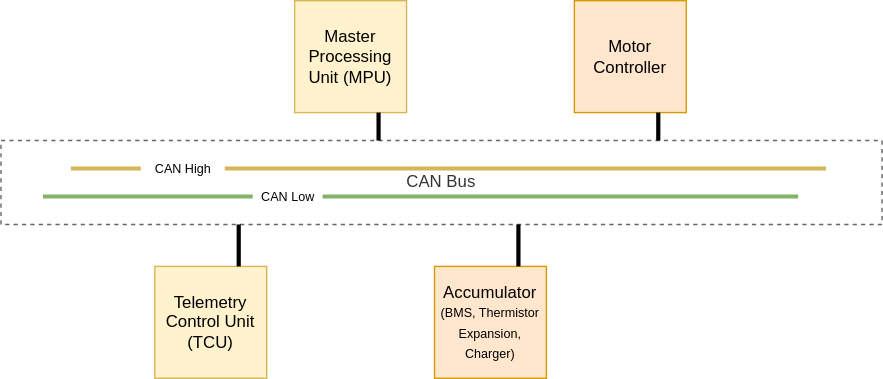
This is system.drawio.svg from Northeastern-Electric-Racing/Embedded_Code, a draw.io export, as it was before one commit. Source tidied: cells renumbered, new cells last; positions are measured from the earlier drawing's top-left corner, leaving out a move shared by most shapes.
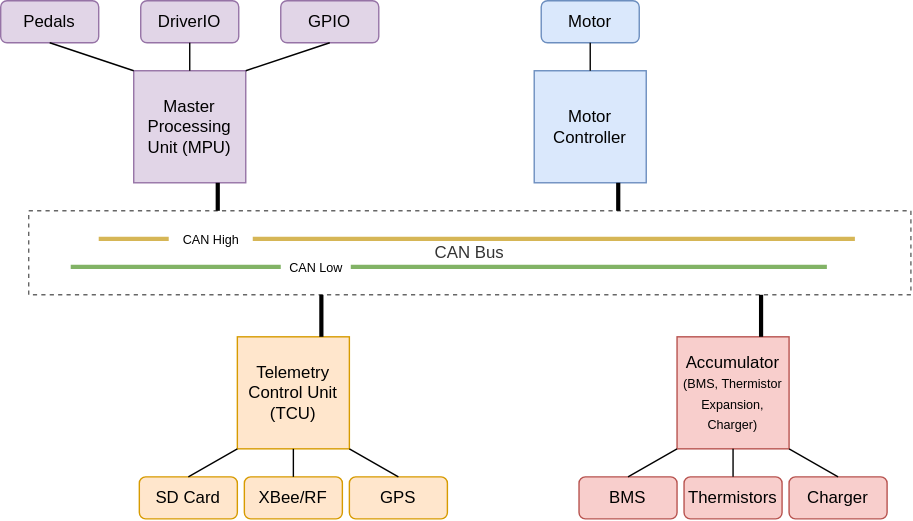
Later version of the same file.

Commit message:
Updated systems UML

What changed in the source:
```diff
@@ -3,65 +3,131 @@
     <mxCell id="0" />
     <mxCell id="1" parent="0" />
     <mxCell id="2" value="CAN Bus" style="rounded=0;whiteSpace=wrap;html=1;fillColor=none;fontColor=#333333;strokeColor=#666666;dashed=1;" parent="1" vertex="1">
-      <mxGeometry y="100" width="630" height="60" as="geometry" />
+      <mxGeometry x="10" y="240" width="630" height="60" as="geometry" />
     </mxCell>
-    <mxCell id="3" value="Master Processing Unit (MPU)" style="whiteSpace=wrap;html=1;fillColor=#fff2cc;strokeColor=#d6b656;" parent="1" vertex="1">
-      <mxGeometry x="210" width="80" height="80" as="geometry" />
+    <mxCell id="3" value="Master Processing Unit (MPU)" style="whiteSpace=wrap;html=1;fillColor=#e1d5e7;strokeColor=#9673a6;" parent="1" vertex="1">
+      <mxGeometry x="85" y="140" width="80" height="80" as="geometry" />
     </mxCell>
-    <mxCell id="4" value="Motor Controller" style="whiteSpace=wrap;html=1;fillColor=#ffe6cc;strokeColor=#d79b00;" parent="1" vertex="1">
-      <mxGeometry x="410" width="80" height="80" as="geometry" />
+    <mxCell id="4" value="Motor Controller" style="whiteSpace=wrap;html=1;fillColor=#dae8fc;strokeColor=#6c8ebf;" parent="1" vertex="1">
+      <mxGeometry x="371" y="140" width="80" height="80" as="geometry" />
     </mxCell>
-    <mxCell id="5" value="Accumulator &lt;font style=&quot;font-size: 9px&quot;&gt;(BMS, Thermistor Expansion, Charger)&lt;/font&gt;" style="whiteSpace=wrap;html=1;fillColor=#ffe6cc;strokeColor=#d79b00;" parent="1" vertex="1">
-      <mxGeometry x="310" y="190" width="80" height="80" as="geometry" />
+    <mxCell id="5" value="Accumulator &lt;font style=&quot;font-size: 9px&quot;&gt;(BMS, Thermistor Expansion, Charger)&lt;/font&gt;" style="whiteSpace=wrap;html=1;fillColor=#f8cecc;strokeColor=#b85450;" parent="1" vertex="1">
+      <mxGeometry x="473" y="330" width="80" height="80" as="geometry" />
     </mxCell>
-    <mxCell id="6" value="Telemetry Control Unit (TCU)" style="whiteSpace=wrap;html=1;fillColor=#fff2cc;strokeColor=#d6b656;" parent="1" vertex="1">
-      <mxGeometry x="110" y="190" width="80" height="80" as="geometry" />
+    <mxCell id="6" value="Telemetry Control Unit (TCU)" style="whiteSpace=wrap;html=1;fillColor=#ffe6cc;strokeColor=#d79b00;" parent="1" vertex="1">
+      <mxGeometry x="159" y="330" width="80" height="80" as="geometry" />
     </mxCell>
     <mxCell id="7" style="endArrow=none;html=1;rounded=0;fillColor=#fff2cc;strokeColor=#d6b656;strokeWidth=3;startArrow=none;" parent="1" edge="1" source="9">
       <mxGeometry relative="1" as="geometry">
-        <mxPoint x="590" y="120" as="targetPoint" />
+        <mxPoint x="600" y="260" as="targetPoint" />
       </mxGeometry>
     </mxCell>
     <mxCell id="8" style="endArrow=none;html=1;rounded=0;fillColor=#d5e8d4;strokeColor=#82b366;strokeWidth=3;startArrow=none;" parent="1" edge="1" source="11">
       <mxGeometry relative="1" as="geometry">
-        <mxPoint x="570" y="140" as="targetPoint" />
+        <mxPoint x="580" y="280" as="targetPoint" />
       </mxGeometry>
     </mxCell>
     <mxCell id="9" value="&lt;font style=&quot;font-size: 9px&quot;&gt;CAN High&lt;/font&gt;" style="text;html=1;align=center;verticalAlign=middle;points=[];strokeColor=none;fillColor=none;" parent="1" vertex="1">
-      <mxGeometry x="100" y="110" width="60" height="20" as="geometry" />
+      <mxGeometry x="110" y="250" width="60" height="20" as="geometry" />
     </mxCell>
     <mxCell id="10" style="endArrow=none;html=1;rounded=0;fillColor=#fff2cc;strokeColor=#d6b656;strokeWidth=3;" parent="1" edge="1" target="9">
       <mxGeometry relative="1" as="geometry">
-        <mxPoint x="50" y="120" as="sourcePoint" />
+        <mxPoint x="60" y="260" as="sourcePoint" />
       </mxGeometry>
     </mxCell>
     <mxCell id="11" value="&lt;font style=&quot;font-size: 9px&quot;&gt;CAN Low&lt;/font&gt;" style="text;html=1;align=center;verticalAlign=middle;points=[];strokeColor=none;fillColor=none;" parent="1" vertex="1">
-      <mxGeometry x="180" y="130" width="50" height="20" as="geometry" />
+      <mxGeometry x="190" y="270" width="50" height="20" as="geometry" />
     </mxCell>
     <mxCell id="12" style="endArrow=none;html=1;rounded=0;fillColor=#d5e8d4;strokeColor=#82b366;strokeWidth=3;" parent="1" edge="1" target="11">
       <mxGeometry relative="1" as="geometry">
-        <mxPoint x="30" y="140" as="sourcePoint" />
+        <mxPoint x="40" y="280" as="sourcePoint" />
       </mxGeometry>
     </mxCell>
     <mxCell id="13" style="endArrow=none;html=1;rounded=0;fontSize=9;strokeWidth=3;entryX=0.75;entryY=1;entryDx=0;entryDy=0;" parent="1" edge="1" target="3">
       <mxGeometry relative="1" as="geometry">
-        <mxPoint x="270" y="100" as="sourcePoint" />
+        <mxPoint x="145" y="240" as="sourcePoint" />
       </mxGeometry>
     </mxCell>
     <mxCell id="14" style="endArrow=none;html=1;rounded=0;fontSize=9;strokeWidth=3;entryX=0.75;entryY=1;entryDx=0;entryDy=0;" parent="1" edge="1" target="4">
       <mxGeometry relative="1" as="geometry">
-        <mxPoint x="470" y="100" as="sourcePoint" />
+        <mxPoint x="431" y="240" as="sourcePoint" />
       </mxGeometry>
     </mxCell>
     <mxCell id="15" style="endArrow=none;html=1;rounded=0;fontSize=9;strokeWidth=3;exitX=0.75;exitY=0;exitDx=0;exitDy=0;" parent="1" edge="1" source="5">
       <mxGeometry relative="1" as="geometry">
-        <mxPoint x="370" y="160" as="targetPoint" />
+        <mxPoint x="533" y="300" as="targetPoint" />
       </mxGeometry>
     </mxCell>
     <mxCell id="16" style="endArrow=none;html=1;rounded=0;fontSize=9;strokeWidth=3;entryX=0.75;entryY=0;entryDx=0;entryDy=0;" parent="1" edge="1" target="6">
       <mxGeometry relative="1" as="geometry">
-        <mxPoint x="170" y="160" as="sourcePoint" />
+        <mxPoint x="219" y="300" as="sourcePoint" />
       </mxGeometry>
     </mxCell>
+    <mxCell id="17" value="DriverIO" style="rounded=1;whiteSpace=wrap;html=1;fillColor=#e1d5e7;strokeColor=#9673a6;" parent="1" vertex="1">
+      <mxGeometry x="90" y="90" width="70" height="30" as="geometry" />
+    </mxCell>
+    <mxCell id="18" value="Pedals" style="rounded=1;whiteSpace=wrap;html=1;fillColor=#e1d5e7;strokeColor=#9673a6;" parent="1" vertex="1">
+      <mxGeometry x="-10" y="90" width="70" height="30" as="geometry" />
+    </mxCell>
+    <mxCell id="19" value="GPIO" style="rounded=1;whiteSpace=wrap;html=1;fillColor=#e1d5e7;strokeColor=#9673a6;" parent="1" vertex="1">
+      <mxGeometry x="190" y="90" width="70" height="30" as="geometry" />
+    </mxCell>
+    <mxCell id="20" value="SD Card" style="rounded=1;whiteSpace=wrap;html=1;fillColor=#ffe6cc;strokeColor=#d79b00;" parent="1" vertex="1">
+      <mxGeometry x="89" y="430" width="70" height="30" as="geometry" />
+    </mxCell>
+    <mxCell id="21" value="XBee/RF" style="rounded=1;whiteSpace=wrap;html=1;fillColor=#ffe6cc;strokeColor=#d79b00;" parent="1" vertex="1">
+      <mxGeometry x="164" y="430" width="70" height="30" as="geometry" />
+    </mxCell>
+    <mxCell id="22" value="GPS" style="rounded=1;whiteSpace=wrap;html=1;fillColor=#ffe6cc;strokeColor=#d79b00;" parent="1" vertex="1">
+      <mxGeometry x="239" y="430" width="70" height="30" as="geometry" />
+    </mxCell>
+    <mxCell id="23" style="endArrow=none;html=1;rounded=0;exitX=0.5;exitY=0;exitDx=0;exitDy=0;entryX=0;entryY=1;entryDx=0;entryDy=0;" parent="1" edge="1" source="20" target="6">
+      <mxGeometry relative="1" as="geometry" />
+    </mxCell>
+    <mxCell id="24" style="endArrow=none;html=1;rounded=0;exitX=0.5;exitY=0;exitDx=0;exitDy=0;entryX=0.5;entryY=1;entryDx=0;entryDy=0;" parent="1" edge="1" source="21" target="6">
+      <mxGeometry relative="1" as="geometry" />
+    </mxCell>
+    <mxCell id="25" style="endArrow=none;html=1;rounded=0;exitX=0.5;exitY=0;exitDx=0;exitDy=0;entryX=1;entryY=1;entryDx=0;entryDy=0;" parent="1" edge="1" source="22" target="6">
+      <mxGeometry relative="1" as="geometry" />
+    </mxCell>
+    <mxCell id="26" style="endArrow=none;html=1;rounded=0;exitX=0.5;exitY=1;exitDx=0;exitDy=0;entryX=0;entryY=0;entryDx=0;entryDy=0;" parent="1" edge="1" source="18" target="3">
+      <mxGeometry relative="1" as="geometry" />
+    </mxCell>
+    <mxCell id="27" style="endArrow=none;html=1;rounded=0;exitX=0.5;exitY=1;exitDx=0;exitDy=0;entryX=0.5;entryY=0;entryDx=0;entryDy=0;" parent="1" edge="1" source="17" target="3">
+      <mxGeometry relative="1" as="geometry" />
+    </mxCell>
+    <mxCell id="28" style="endArrow=none;html=1;rounded=0;exitX=0.5;exitY=1;exitDx=0;exitDy=0;entryX=1;entryY=0;entryDx=0;entryDy=0;" parent="1" edge="1" source="19" target="3">
+      <mxGeometry relative="1" as="geometry" />
+    </mxCell>
+    <mxCell id="29" value="BMS" style="rounded=1;whiteSpace=wrap;html=1;fillColor=#f8cecc;strokeColor=#b85450;" parent="1" vertex="1">
+      <mxGeometry x="403" y="430" width="70" height="30" as="geometry" />
+    </mxCell>
+    <mxCell id="30" value="Thermistors" style="rounded=1;whiteSpace=wrap;html=1;fillColor=#f8cecc;strokeColor=#b85450;" parent="1" vertex="1">
+      <mxGeometry x="478" y="430" width="70" height="30" as="geometry" />
+    </mxCell>
+    <mxCell id="31" value="Charger" style="rounded=1;whiteSpace=wrap;html=1;fillColor=#f8cecc;strokeColor=#b85450;" parent="1" vertex="1">
+      <mxGeometry x="553" y="430" width="70" height="30" as="geometry" />
+    </mxCell>
+    <mxCell id="32" style="endArrow=none;html=1;rounded=0;exitX=0.5;exitY=0;exitDx=0;exitDy=0;entryX=0;entryY=1;entryDx=0;entryDy=0;fillColor=#f8cecc;strokeColor=#000000;" parent="1" edge="1" source="29">
+      <mxGeometry relative="1" as="geometry">
+        <mxPoint x="473" y="410" as="targetPoint" />
+      </mxGeometry>
+    </mxCell>
+    <mxCell id="33" style="endArrow=none;html=1;rounded=0;exitX=0.5;exitY=0;exitDx=0;exitDy=0;entryX=0.5;entryY=1;entryDx=0;entryDy=0;fillColor=#f8cecc;strokeColor=#000000;" parent="1" edge="1" source="30">
+      <mxGeometry relative="1" as="geometry">
+        <mxPoint x="513" y="410" as="targetPoint" />
+      </mxGeometry>
+    </mxCell>
+    <mxCell id="34" style="endArrow=none;html=1;rounded=0;exitX=0.5;exitY=0;exitDx=0;exitDy=0;entryX=1;entryY=1;entryDx=0;entryDy=0;fillColor=#f8cecc;strokeColor=#000000;" parent="1" edge="1" source="31">
+      <mxGeometry relative="1" as="geometry">
+        <mxPoint x="553" y="410" as="targetPoint" />
+      </mxGeometry>
+    </mxCell>
+    <mxCell id="35" value="Motor" style="rounded=1;whiteSpace=wrap;html=1;fillColor=#dae8fc;strokeColor=#6c8ebf;" parent="1" vertex="1">
+      <mxGeometry x="376" y="90" width="70" height="30" as="geometry" />
+    </mxCell>
+    <mxCell id="36" style="endArrow=none;html=1;rounded=0;exitX=0.5;exitY=1;exitDx=0;exitDy=0;entryX=0.5;entryY=0;entryDx=0;entryDy=0;" parent="1" edge="1" source="35" target="4">
+      <mxGeometry relative="1" as="geometry" />
+    </mxCell>
   </root>
 </mxGraphModel>
```
